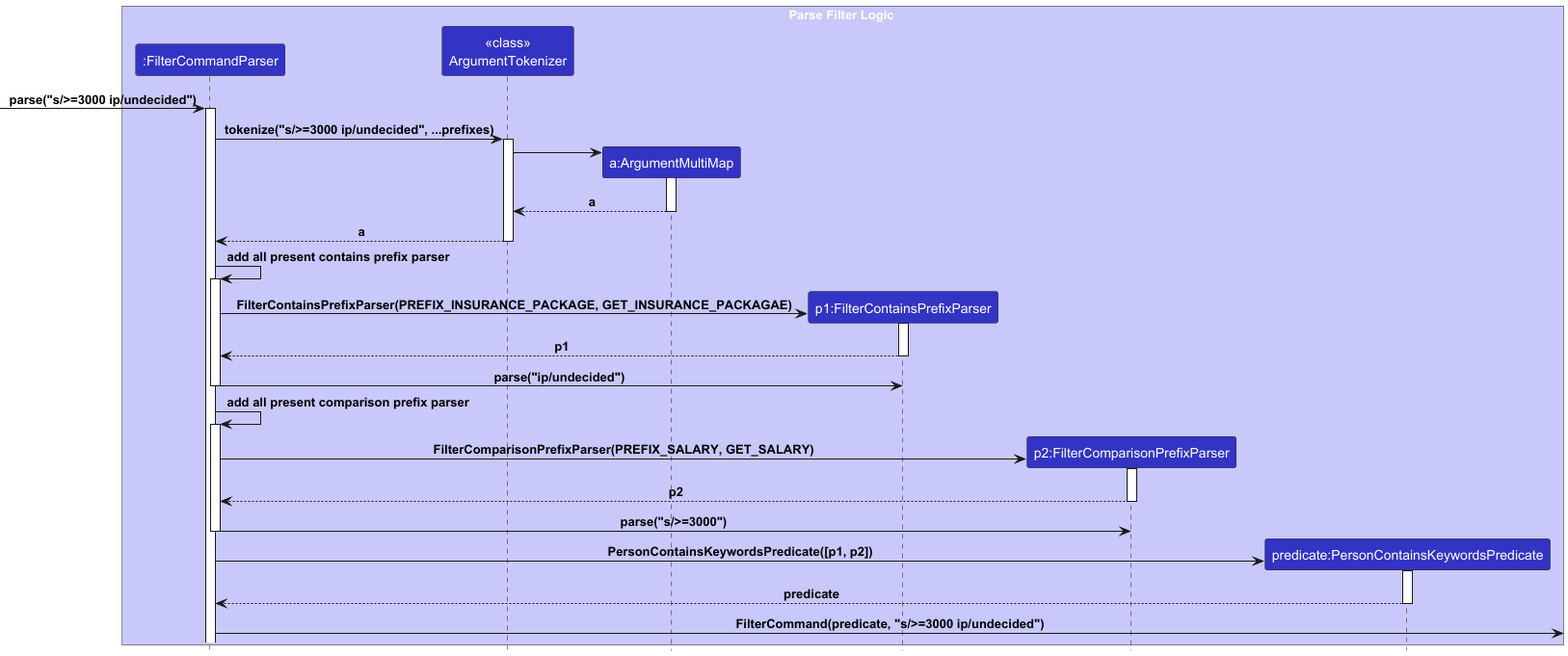
Above: docs/images/FilterParserSequenceDiagram.png in owjd03/tp (PlantUML), before the change.
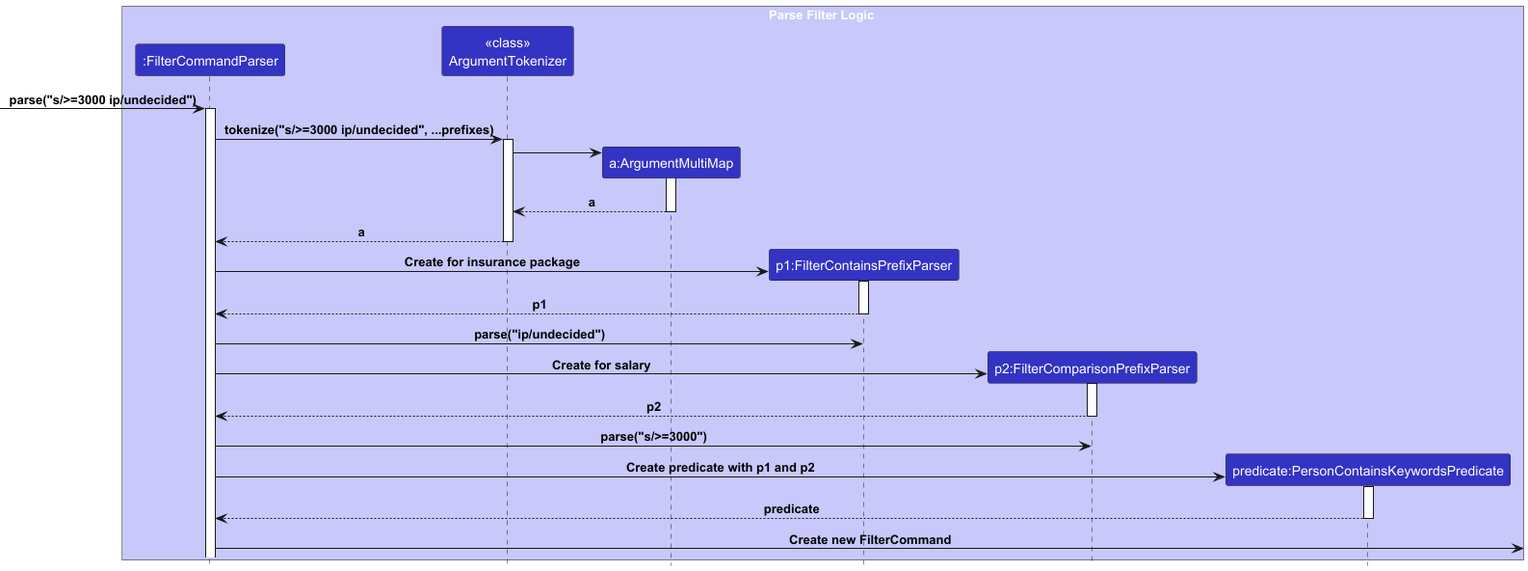
After the change.

Diff of the diagram source:
```diff
@@ -9,6 +9,7 @@
 participant "p2:FilterComparisonPrefixParser" as FilterComparisonPrefixParser LOGIC_COLOR
 participant "predicate:PersonContainsKeywordsPredicate" as PersonContainsKeywordsPredicate LOGIC_COLOR
 end box
+
 
 [-> FilterCommandParser : parse("s/>=3000 ip/undecided")
 activate FilterCommandParser
@@ -26,38 +27,30 @@
 ArgumentTokenizer --> FilterCommandParser : a
 deactivate ArgumentTokenizer
 
-FilterCommandParser -> FilterCommandParser : add all present contains prefix parser
-activate FilterCommandParser
-
 create FilterContainsPrefixParser
-FilterCommandParser -> FilterContainsPrefixParser : FilterContainsPrefixParser(PREFIX_INSURANCE_PACKAGE, GET_INSURANCE_PACKAGAE)
+FilterCommandParser -> FilterContainsPrefixParser : Create for insurance package
 activate FilterContainsPrefixParser
 
 FilterContainsPrefixParser --> FilterCommandParser : p1
 deactivate FilterContainsPrefixParser
 
 FilterCommandParser -> FilterContainsPrefixParser : parse("ip/undecided")
-deactivate FilterCommandParser
-
-FilterCommandParser -> FilterCommandParser : add all present comparison prefix parser
-activate FilterCommandParser
 
 create FilterComparisonPrefixParser
-FilterCommandParser -> FilterComparisonPrefixParser : FilterComparisonPrefixParser(PREFIX_SALARY, GET_SALARY)
+FilterCommandParser -> FilterComparisonPrefixParser : Create for salary
 activate FilterComparisonPrefixParser
 
 FilterComparisonPrefixParser --> FilterCommandParser : p2
 deactivate FilterComparisonPrefixParser
 
 FilterCommandParser -> FilterComparisonPrefixParser : parse("s/>=3000")
-deactivate FilterCommandParser
 
 create PersonContainsKeywordsPredicate
-FilterCommandParser -> PersonContainsKeywordsPredicate : PersonContainsKeywordsPredicate([p1, p2])
+FilterCommandParser -> PersonContainsKeywordsPredicate : Create predicate with p1 and p2
 activate PersonContainsKeywordsPredicate
 
 PersonContainsKeywordsPredicate --> FilterCommandParser : predicate
 deactivate PersonContainsKeywordsPredicate
 
-FilterCommandParser -> : FilterCommand(predicate, "s/>=3000 ip/undecided")
+FilterCommandParser -> : Create new FilterCommand
 @enduml
```
